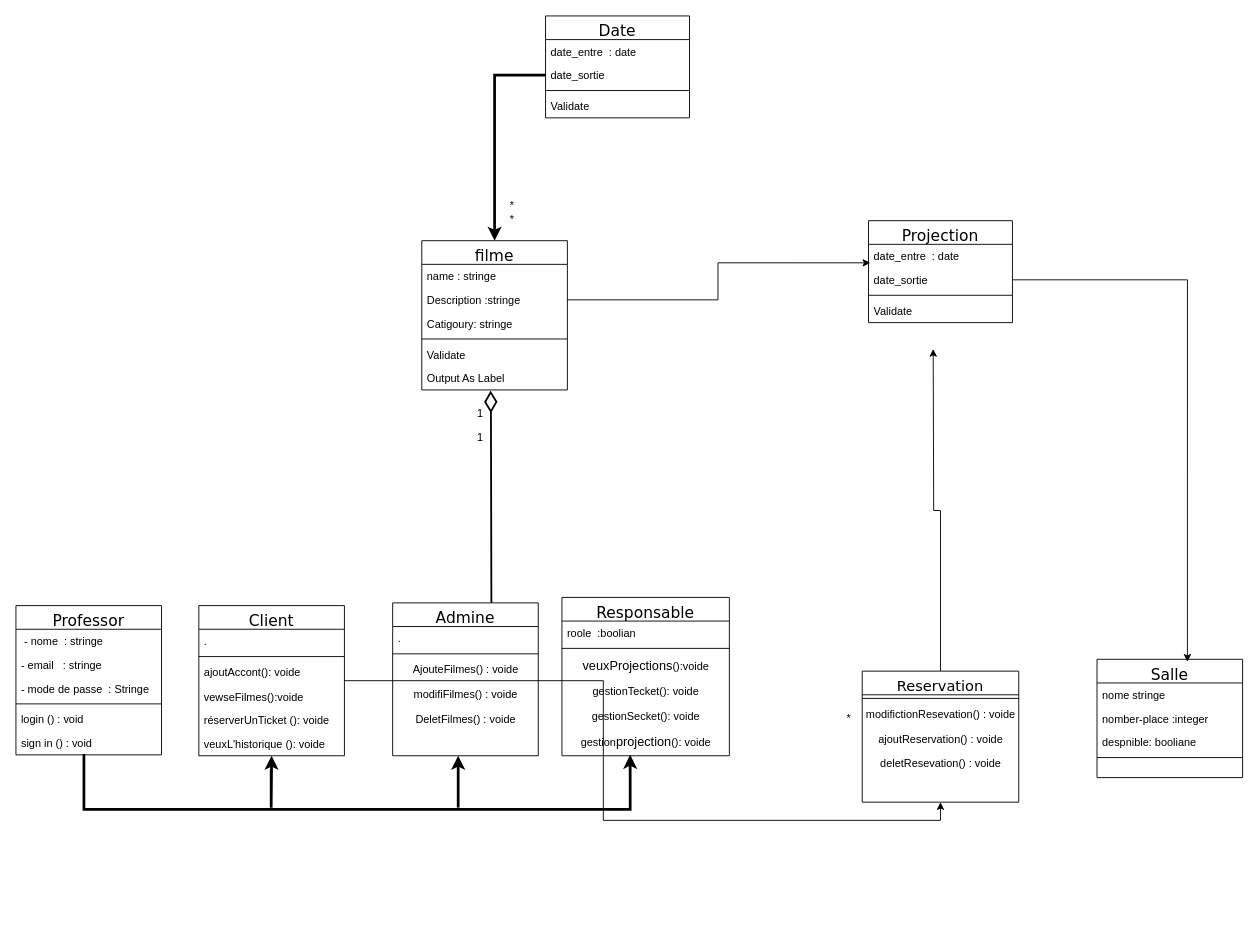
Earlier version of the draw.io diagram Untitled Diagram.drawio (anouar36/brief_9_-Cinema). Source tidied: cells renumbered, new cells numbered last; positions are measured from the earlier drawing's top-left corner, leaving out a move shared by most shapes. Both pictures are drawn from the tidied source at 91%, with x=0, y=0 at pixel (15, 15).
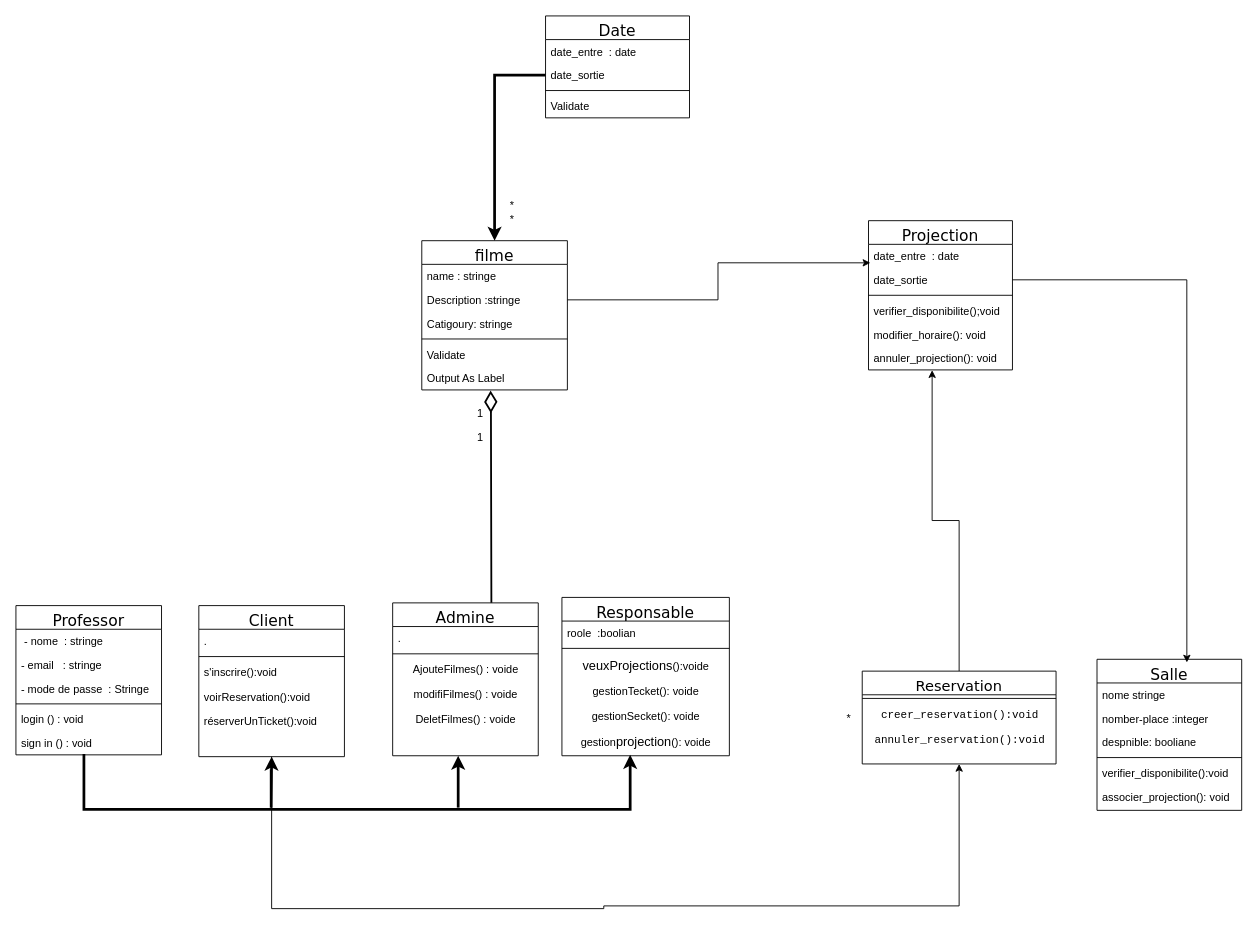
Above is the later version.

Change to the diagram source:
```diff
@@
     <mxCell id="2" style="edgeStyle=orthogonalEdgeStyle;rounded=0;jettySize=auto;html=1;entryX=0.5;entryY=1;entryDx=0;entryDy=0;" parent="1" edge="1" source="3" target="41">
-      <mxGeometry relative="1" as="geometry" />
+      <mxGeometry relative="1" as="geometry">
+        <Array as="points">
+          <mxPoint x="281" y="981" />
+          <mxPoint x="646" y="981" />
+          <mxPoint x="646" y="978" />
+          <mxPoint x="1037" y="978" />
+        </Array>
+      </mxGeometry>
     </mxCell>
     <mxCell id="3" value="Client" style="swimlane;fontStyle=0;align=center;verticalAlign=top;horizontal=1;startSize=26;rounded=0;shadow=0;strokeWidth=1;fontSize=17;fontFamily=Verdana;" parent="1" vertex="1">
-      <mxGeometry x="201" y="648" width="160" height="165" as="geometry" />
+      <mxGeometry x="201" y="648" width="160" height="166" as="geometry" />
     </mxCell>
@@
-    <mxCell id="6" value="ajoutAccont(): voide" style="text;align=left;verticalAlign=top;spacingLeft=4;spacingRight=4;overflow=hidden;" parent="3" vertex="1">
+    <mxCell id="6" value="s'inscrire():void" style="text;align=left;verticalAlign=top;spacingLeft=4;spacingRight=4;overflow=hidden;" parent="3" vertex="1">
       <mxGeometry y="60" width="160" height="27" as="geometry" />
     </mxCell>
-    <mxCell id="7" value="vewseFilmes():voide " style="text;align=left;verticalAlign=top;spacingLeft=4;spacingRight=4;overflow=hidden;" parent="3" vertex="1">
-      <mxGeometry y="87" width="160" height="26" as="geometry" />
+    <mxCell id="7" value="voirReservation():void" style="text;align=left;verticalAlign=top;spacingLeft=4;spacingRight=4;overflow=hidden;" parent="3" vertex="1">
+      <mxGeometry y="87" width="160" height="27" as="geometry" />
     </mxCell>
-    <mxCell id="8" value=" réserverUnTicket (): voide &#10;" style="text;align=left;verticalAlign=top;spacingLeft=4;spacingRight=4;overflow=hidden;" parent="3" vertex="1">
-      <mxGeometry y="113" width="160" height="26" as="geometry" />
+    <mxCell id="8" value="réserverUnTicket():void" style="text;align=left;verticalAlign=top;spacingLeft=4;spacingRight=4;overflow=hidden;" parent="3" vertex="1">
+      <mxGeometry y="114" width="160" height="26" as="geometry" />
     </mxCell>
-    <mxCell id="9" value="veuxL'historique (): voide &#10;" style="text;align=left;verticalAlign=top;spacingLeft=4;spacingRight=4;overflow=hidden;" parent="3" vertex="1">
-      <mxGeometry y="139" width="160" height="26" as="geometry" />
-    </mxCell>
@@
-    <mxCell id="40" style="edgeStyle=orthogonalEdgeStyle;rounded=0;jettySize=auto;html=1;" parent="1" edge="1" source="41">
-      <mxGeometry relative="1" as="geometry">
-        <mxPoint x="1008" y="366" as="targetPoint" />
-      </mxGeometry>
+    <mxCell id="40" style="edgeStyle=orthogonalEdgeStyle;rounded=0;jettySize=auto;html=1;entryX=0.442;entryY=1.012;entryDx=0;entryDy=0;entryPerimeter=0;" parent="1" edge="1" source="41" target="75">
+      <mxGeometry relative="1" as="geometry" />
     </mxCell>
     <mxCell id="41" value="Reservation" style="swimlane;fontStyle=0;align=center;verticalAlign=top;horizontal=1;startSize=26;rounded=0;shadow=0;strokeWidth=1;fontSize=16;fontFamily=Verdana;" parent="1" vertex="1">
-      <mxGeometry x="930" y="720" width="172" height="144" as="geometry" />
+      <mxGeometry x="930" y="720" width="213" height="102" as="geometry" />
     </mxCell>
     <mxCell id="42" style="line;html=1;strokeWidth=1;align=left;verticalAlign=middle;spacingTop=-1;spacingLeft=3;spacingRight=3;labelPosition=right;" parent="41" vertex="1">
-      <mxGeometry y="26" width="172" height="8" as="geometry" />
+      <mxGeometry y="26" width="213" height="8" as="geometry" />
     </mxCell>
-    <mxCell id="43" value="modifictionResevation() : voide" style="text;html=1;align=center;verticalAlign=middle;strokeColor=none;fillColor=none;" parent="41" vertex="1">
-      <mxGeometry y="34" width="172" height="27" as="geometry" />
-    </mxCell>
-    <mxCell id="44" value="ajoutReservation() : voide" style="text;html=1;align=center;verticalAlign=middle;strokeColor=none;fillColor=none;" parent="41" vertex="1">
-      <mxGeometry y="61" width="172" height="27" as="geometry" />
-    </mxCell>
-    <mxCell id="45" value="deletResevation() : voide" style="text;html=1;align=center;verticalAlign=middle;strokeColor=none;fillColor=none;" parent="41" vertex="1">
-      <mxGeometry y="88" width="172" height="27" as="geometry" />
-    </mxCell>
+    <mxCell id="70" value="&lt;span style=&quot;font-family: monospace;&quot;&gt;creer_reservation():void&lt;/span&gt;" style="text;html=1;align=center;verticalAlign=middle;strokeColor=none;fillColor=none;" parent="41" vertex="1">
+      <mxGeometry y="34" width="213" height="27" as="geometry" />
+    </mxCell>
+    <mxCell id="71" value="&lt;font face=&quot;monospace&quot;&gt;annuler_reservation():void&lt;/font&gt;" style="text;html=1;align=center;verticalAlign=middle;strokeColor=none;fillColor=none;" parent="41" vertex="1">
+      <mxGeometry y="61" width="213" height="27" as="geometry" />
+    </mxCell>
@@
     <mxCell id="52" value="Salle" style="swimlane;fontStyle=0;align=center;verticalAlign=top;horizontal=1;startSize=26;rounded=0;shadow=0;strokeWidth=1;fontSize=17;fontFamily=Verdana;" parent="1" vertex="1">
-      <mxGeometry x="1188" y="707" width="160" height="130" as="geometry" />
+      <mxGeometry x="1188" y="707" width="159" height="166" as="geometry" />
     </mxCell>
     <mxCell id="53" value="nome stringe" style="text;align=left;verticalAlign=top;spacingLeft=4;spacingRight=4;overflow=hidden;" parent="52" vertex="1">
-      <mxGeometry y="26" width="160" height="26" as="geometry" />
+      <mxGeometry y="26" width="159" height="26" as="geometry" />
     </mxCell>
     <mxCell id="54" value="nomber-place :integer" style="text;align=left;verticalAlign=top;spacingLeft=4;spacingRight=4;overflow=hidden;rounded=0;shadow=0;html=0;" parent="52" vertex="1">
-      <mxGeometry y="52" width="160" height="26" as="geometry" />
+      <mxGeometry y="52" width="159" height="26" as="geometry" />
     </mxCell>
     <mxCell id="55" value="despnible: booliane" style="text;align=left;verticalAlign=top;spacingLeft=4;spacingRight=4;overflow=hidden;rounded=0;shadow=0;html=0;" parent="52" vertex="1">
-      <mxGeometry y="78" width="160" height="26" as="geometry" />
+      <mxGeometry y="78" width="159" height="26" as="geometry" />
     </mxCell>
     <mxCell id="56" style="line;html=1;strokeWidth=1;align=left;verticalAlign=middle;spacingTop=-1;spacingLeft=3;spacingRight=3;labelPosition=right;" parent="52" vertex="1">
-      <mxGeometry y="104" width="160" height="8" as="geometry" />
+      <mxGeometry y="104" width="159" height="8" as="geometry" />
     </mxCell>
+    <mxCell id="72" value="verifier_disponibilite():void " style="text;align=left;verticalAlign=top;spacingLeft=4;spacingRight=4;overflow=hidden;rounded=0;shadow=0;html=0;" parent="52" vertex="1">
+      <mxGeometry y="112" width="159" height="26" as="geometry" />
+    </mxCell>
+    <mxCell id="73" value="associer_projection(): void" style="text;align=left;verticalAlign=top;spacingLeft=4;spacingRight=4;overflow=hidden;rounded=0;shadow=0;html=0;" parent="52" vertex="1">
+      <mxGeometry y="138" width="159" height="26" as="geometry" />
+    </mxCell>
@@
     <mxCell id="63" value="Projection" style="swimlane;fontStyle=0;align=center;verticalAlign=top;horizontal=1;startSize=26;rounded=0;shadow=0;strokeWidth=1;fontSize=17;fontFamily=Verdana;" parent="1" vertex="1">
-      <mxGeometry x="936.9" y="225" width="158.2" height="112" as="geometry" />
+      <mxGeometry x="936.9" y="225" width="158.2" height="164" as="geometry" />
     </mxCell>
@@
-    <mxCell id="67" value="Validate" style="text;align=left;verticalAlign=top;spacingLeft=4;spacingRight=4;overflow=hidden;" parent="63" vertex="1">
+    <mxCell id="67" value="verifier_disponibilite();void" style="text;align=left;verticalAlign=top;spacingLeft=4;spacingRight=4;overflow=hidden;" parent="63" vertex="1">
       <mxGeometry y="86" width="158.2" height="26" as="geometry" />
     </mxCell>
+    <mxCell id="74" value="modifier_horaire(): void" style="text;align=left;verticalAlign=top;spacingLeft=4;spacingRight=4;overflow=hidden;" parent="63" vertex="1">
+      <mxGeometry y="112" width="158.2" height="26" as="geometry" />
+    </mxCell>
+    <mxCell id="75" value="annuler_projection(): void" style="text;align=left;verticalAlign=top;spacingLeft=4;spacingRight=4;overflow=hidden;points=[[0,0.5],[1,0.5]];portConstraint=eastwest;" parent="63" vertex="1">
+      <mxGeometry y="138" width="158.2" height="26" as="geometry" />
+    </mxCell>
```
